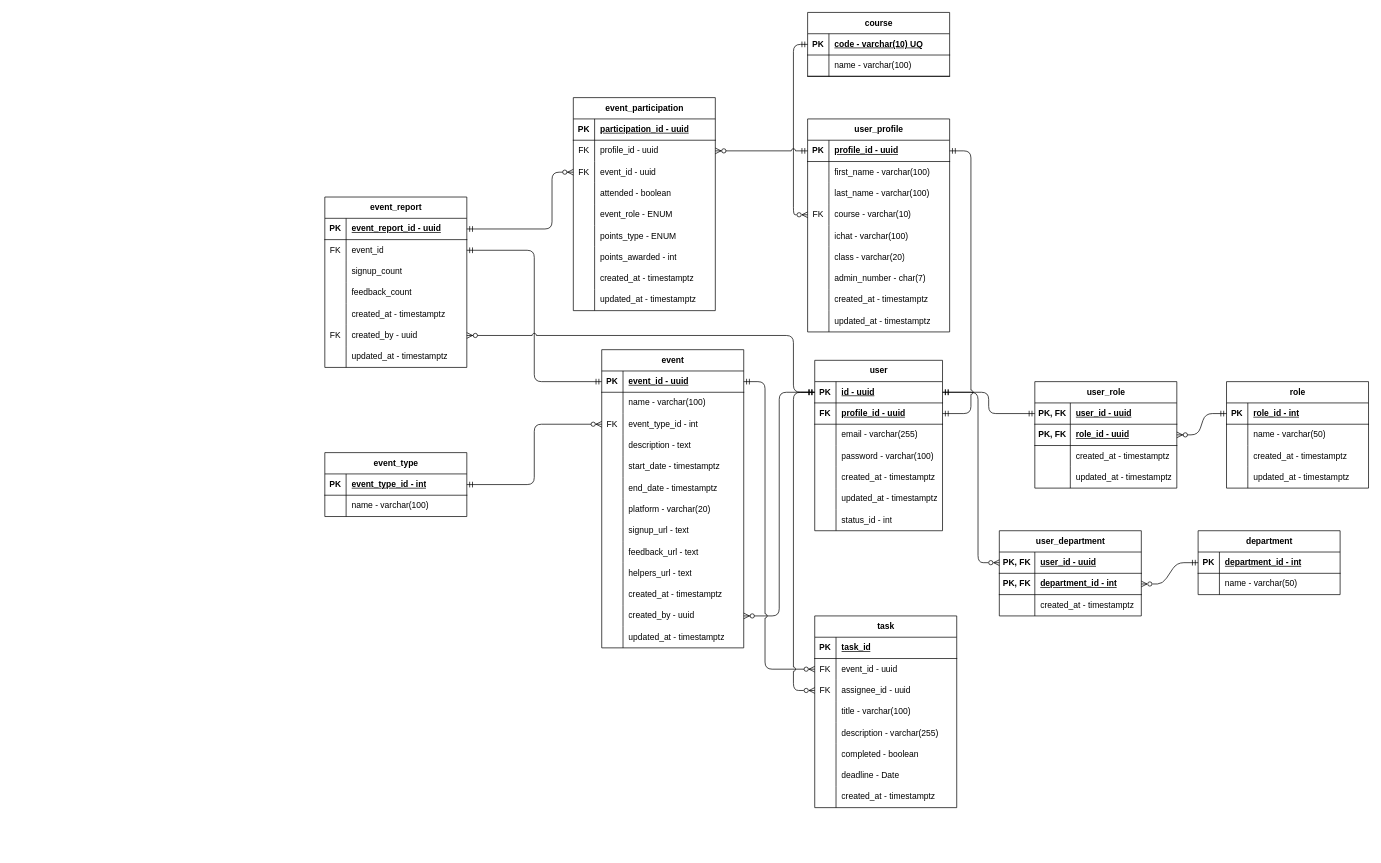
Earlier version of the draw.io diagram documentation/entity-diagram.drawio (proj-root/project-auxilium). Source tidied: cells renumbered, new cells numbered last; positions are measured from the earlier drawing's top-left corner, leaving out a move shared by most shapes. Both pictures are drawn from the tidied source at 71%, with x=0, y=0 at pixel (324, 12).
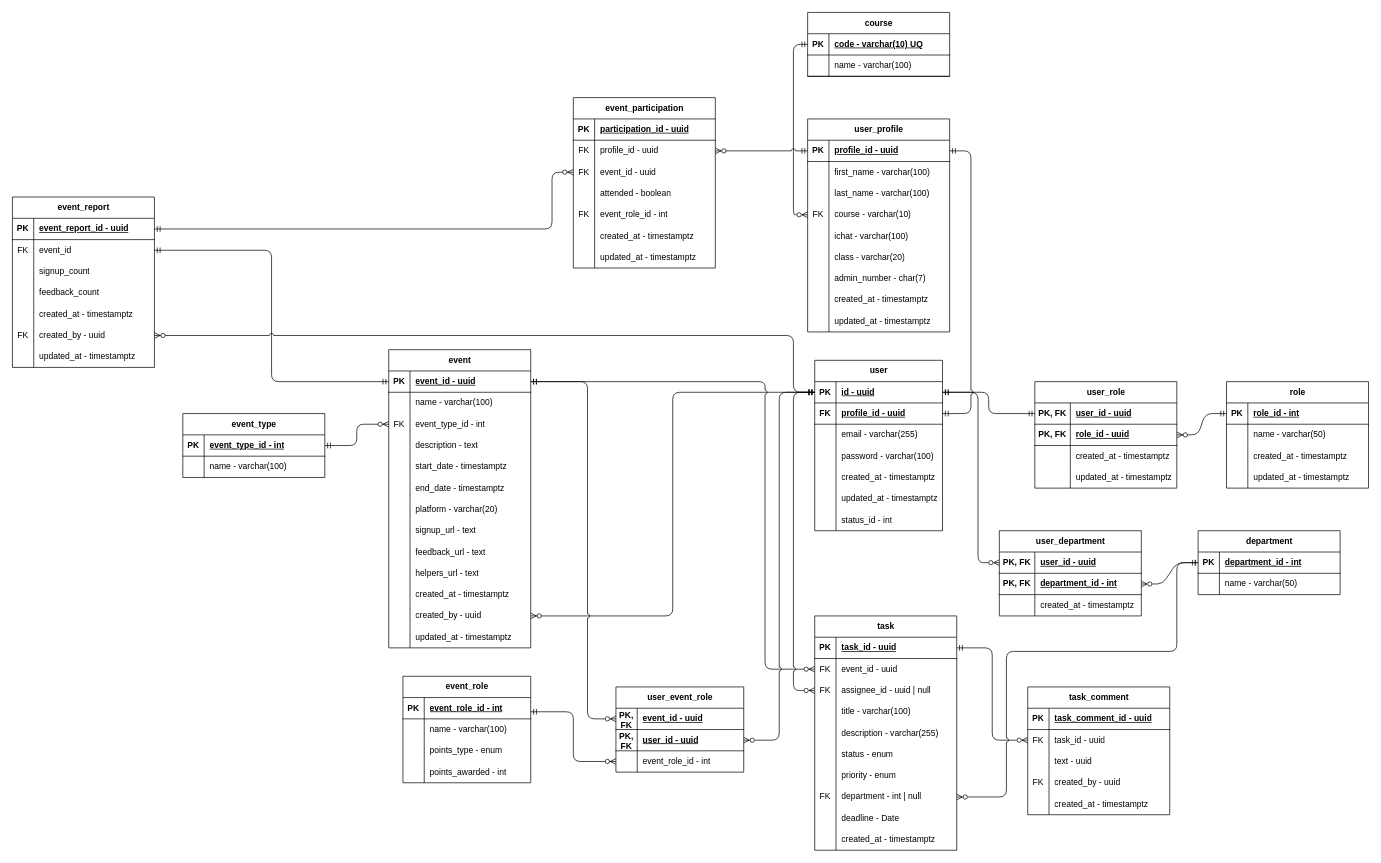
The same diagram, later.

Commit message (it also covers changes not shown here):
feat: added schema and erd for task related entities

Unchanged cells that the change refers to:
```xml
<mxCell id="31" style="shape=tableRow;horizontal=0;startSize=0;swimlaneHead=0;swimlaneBody=0;fillColor=none;points=[[0,0.5],[1,0.5]];portConstraint=eastwest;top=0;left=0;right=0;bottom=1;" parent="30" vertex="1">
  <mxGeometry y="30" width="180" height="30" as="geometry" />
</mxCell>
<mxCell id="81" style="shape=tableRow;horizontal=0;startSize=0;swimlaneHead=0;swimlaneBody=0;fillColor=none;points=[[0,0.5],[1,0.5]];portConstraint=eastwest;top=0;left=0;right=0;bottom=1;" parent="80" vertex="1">
  <mxGeometry y="30" width="200" height="30" as="geometry" />
</mxCell>
<mxCell id="154" style="shape=tableRow;horizontal=0;startSize=0;swimlaneHead=0;swimlaneBody=0;fillColor=none;points=[[0,0.5],[1,0.5]];portConstraint=eastwest;top=0;left=0;right=0;bottom=1;" parent="153" vertex="1">
  <mxGeometry y="30" width="200" height="30" as="geometry" />
</mxCell>
<mxCell id="192" style="shape=tableRow;horizontal=0;startSize=0;swimlaneHead=0;swimlaneBody=0;fillColor=none;top=0;left=0;right=0;bottom=0;" parent="179" vertex="1">
  <mxGeometry y="150" width="200" height="30" as="geometry" />
</mxCell>
<mxCell id="212" style="shape=tableRow;horizontal=0;startSize=0;swimlaneHead=0;swimlaneBody=0;fillColor=none;points=[[0,0.5],[1,0.5]];portConstraint=eastwest;top=0;left=0;right=0;bottom=1;" parent="211" vertex="1">
  <mxGeometry y="30" width="200" height="30" as="geometry" />
</mxCell>
<mxCell id="218" style="shape=tableRow;horizontal=0;startSize=0;swimlaneHead=0;swimlaneBody=0;fillColor=none;points=[[0,0.5],[1,0.5]];portConstraint=eastwest;top=0;left=0;right=0;bottom=0;" parent="211" vertex="1">
  <mxGeometry y="90" width="200" height="30" as="geometry" />
</mxCell>
<mxCell id="227" style="shape=tableRow;horizontal=0;startSize=0;swimlaneHead=0;swimlaneBody=0;fillColor=none;top=0;left=0;right=0;bottom=0;" parent="211" vertex="1">
  <mxGeometry y="180" width="200" height="30" as="geometry" />
</mxCell>
```

What changed in the source:
```diff
@@
     <mxCell id="80" value="event" style="shape=table;startSize=30;childLayout=tableLayout;rowLines=0;fontStyle=1;align=center;html=1;" parent="1" vertex="1">
-      <mxGeometry x="390" y="475" width="200" height="420" as="geometry" />
+      <mxGeometry x="90" y="475" width="200" height="420" as="geometry" />
     </mxCell>
@@
     <mxCell id="121" value="event_type" style="shape=table;startSize=30;childLayout=tableLayout;rowLines=0;fontStyle=1;align=center;html=1;" parent="1" vertex="1">
-      <mxGeometry y="620" width="200" height="90" as="geometry" />
+      <mxGeometry x="-200" y="565" width="200" height="90" as="geometry" />
     </mxCell>
@@
     <mxCell id="130" value="event_report" style="shape=table;startSize=30;childLayout=tableLayout;rowLines=0;fontStyle=1;align=center;html=1;" parent="1" vertex="1">
-      <mxGeometry y="260" width="200" height="240" as="geometry" />
+      <mxGeometry x="-440" y="260" width="200" height="240" as="geometry" />
     </mxCell>
@@
     <mxCell id="179" value="event_participation" style="shape=table;startSize=30;childLayout=tableLayout;rowLines=0;fontStyle=1;align=center;html=1;" parent="1" vertex="1">
-      <mxGeometry x="350" y="120" width="200" height="300" as="geometry" />
+      <mxGeometry x="350" y="120" width="200" height="240" as="geometry" />
     </mxCell>
@@
-    <mxCell id="193" style="shape=partialRectangle;fillColor=none;top=0;left=0;bottom=0;right=0;overflow=hidden;whiteSpace=wrap;html=1;" parent="192" vertex="1">
+    <mxCell id="193" value="FK" style="shape=partialRectangle;fillColor=none;top=0;left=0;bottom=0;right=0;overflow=hidden;whiteSpace=wrap;html=1;" parent="192" vertex="1">
       <mxGeometry width="30" height="30" as="geometry" />
     </mxCell>
-    <mxCell id="194" value="event_role - ENUM" style="shape=partialRectangle;fillColor=none;top=0;left=0;bottom=0;right=0;align=left;spacingLeft=6;overflow=hidden;whiteSpace=wrap;html=1;" parent="192" vertex="1">
+    <mxCell id="194" value="event_role_id - int" style="shape=partialRectangle;fillColor=none;top=0;left=0;bottom=0;right=0;align=left;spacingLeft=6;overflow=hidden;whiteSpace=wrap;html=1;" parent="192" vertex="1">
       <mxGeometry x="30" width="170" height="30" as="geometry" />
     </mxCell>
-    <mxCell id="195" style="shape=tableRow;horizontal=0;startSize=0;swimlaneHead=0;swimlaneBody=0;fillColor=none;top=0;left=0;right=0;bottom=0;" parent="179" vertex="1">
-      <mxGeometry y="180" width="200" height="30" as="geometry" />
-    </mxCell>
-    <mxCell id="196" style="shape=partialRectangle;fillColor=none;top=0;left=0;bottom=0;right=0;overflow=hidden;whiteSpace=wrap;html=1;" parent="195" vertex="1">
-      <mxGeometry width="30" height="30" as="geometry" />
-    </mxCell>
-    <mxCell id="197" value="points_type - ENUM" style="shape=partialRectangle;fillColor=none;top=0;left=0;bottom=0;right=0;align=left;spacingLeft=6;overflow=hidden;whiteSpace=wrap;html=1;" parent="195" vertex="1">
-      <mxGeometry x="30" width="170" height="30" as="geometry" />
-    </mxCell>
-    <mxCell id="198" style="shape=tableRow;horizontal=0;startSize=0;swimlaneHead=0;swimlaneBody=0;fillColor=none;top=0;left=0;right=0;bottom=0;" parent="179" vertex="1">
-      <mxGeometry y="210" width="200" height="30" as="geometry" />
-    </mxCell>
-    <mxCell id="199" style="shape=partialRectangle;fillColor=none;top=0;left=0;bottom=0;right=0;overflow=hidden;whiteSpace=wrap;html=1;" parent="198" vertex="1">
-      <mxGeometry width="30" height="30" as="geometry" />
-    </mxCell>
-    <mxCell id="200" value="points_awarded - int" style="shape=partialRectangle;fillColor=none;top=0;left=0;bottom=0;right=0;align=left;spacingLeft=6;overflow=hidden;whiteSpace=wrap;html=1;" parent="198" vertex="1">
-      <mxGeometry x="30" width="170" height="30" as="geometry" />
-    </mxCell>
     <mxCell id="201" style="shape=tableRow;horizontal=0;startSize=0;swimlaneHead=0;swimlaneBody=0;fillColor=none;top=0;left=0;right=0;bottom=0;" parent="179" vertex="1">
-      <mxGeometry y="240" width="200" height="30" as="geometry" />
+      <mxGeometry y="180" width="200" height="30" as="geometry" />
     </mxCell>
@@
     <mxCell id="204" style="shape=tableRow;horizontal=0;startSize=0;swimlaneHead=0;swimlaneBody=0;fillColor=none;top=0;left=0;right=0;bottom=0;" parent="179" vertex="1">
-      <mxGeometry y="270" width="200" height="30" as="geometry" />
+      <mxGeometry y="210" width="200" height="30" as="geometry" />
     </mxCell>
@@
     <mxCell id="211" value="task" style="shape=table;startSize=30;childLayout=tableLayout;rowLines=0;fontStyle=1;align=center;html=1;" parent="1" vertex="1">
-      <mxGeometry x="690" y="850" width="200" height="270" as="geometry" />
+      <mxGeometry x="690" y="850" width="200" height="330" as="geometry" />
     </mxCell>
@@
-    <mxCell id="214" value="task_id" style="shape=partialRectangle;fillColor=none;top=0;left=0;bottom=0;right=0;align=left;spacingLeft=6;fontStyle=5;overflow=hidden;whiteSpace=wrap;html=1;" parent="212" vertex="1">
+    <mxCell id="214" value="task_id - uuid" style="shape=partialRectangle;fillColor=none;top=0;left=0;bottom=0;right=0;align=left;spacingLeft=6;fontStyle=5;overflow=hidden;whiteSpace=wrap;html=1;" parent="212" vertex="1">
       <mxGeometry x="30" width="170" height="30" as="geometry" />
     </mxCell>
@@
-    <mxCell id="220" value="assignee_id - uuid" style="shape=partialRectangle;fillColor=none;top=0;left=0;bottom=0;right=0;align=left;spacingLeft=6;overflow=hidden;whiteSpace=wrap;html=1;" parent="218" vertex="1">
+    <mxCell id="220" value="assignee_id - uuid | null" style="shape=partialRectangle;fillColor=none;top=0;left=0;bottom=0;right=0;align=left;spacingLeft=6;overflow=hidden;whiteSpace=wrap;html=1;" parent="218" vertex="1">
       <mxGeometry x="30" width="170" height="30" as="geometry" />
     </mxCell>
@@
-    <mxCell id="229" value="completed - boolean" style="shape=partialRectangle;fillColor=none;top=0;left=0;bottom=0;right=0;align=left;spacingLeft=6;overflow=hidden;whiteSpace=wrap;html=1;" parent="227" vertex="1">
+    <mxCell id="229" value="status - enum" style="shape=partialRectangle;fillColor=none;top=0;left=0;bottom=0;right=0;align=left;spacingLeft=6;overflow=hidden;whiteSpace=wrap;html=1;" parent="227" vertex="1">
       <mxGeometry x="30" width="170" height="30" as="geometry" />
     </mxCell>
+    <mxCell id="198" style="shape=tableRow;horizontal=0;startSize=0;swimlaneHead=0;swimlaneBody=0;fillColor=none;top=0;left=0;right=0;bottom=0;" parent="211" vertex="1">
+      <mxGeometry y="210" width="200" height="30" as="geometry" />
+    </mxCell>
+    <mxCell id="238" style="shape=partialRectangle;fillColor=none;top=0;left=0;bottom=0;right=0;overflow=hidden;whiteSpace=wrap;html=1;" parent="198" vertex="1">
+      <mxGeometry width="30" height="30" as="geometry" />
+    </mxCell>
+    <mxCell id="239" value="priority - enum" style="shape=partialRectangle;fillColor=none;top=0;left=0;bottom=0;right=0;align=left;spacingLeft=6;overflow=hidden;whiteSpace=wrap;html=1;" parent="198" vertex="1">
+      <mxGeometry x="30" width="170" height="30" as="geometry" />
+    </mxCell>
+    <mxCell id="240" style="shape=tableRow;horizontal=0;startSize=0;swimlaneHead=0;swimlaneBody=0;fillColor=none;points=[[0,0.5],[1,0.5]];portConstraint=eastwest;top=0;left=0;right=0;bottom=0;" parent="211" vertex="1">
+      <mxGeometry y="240" width="200" height="30" as="geometry" />
+    </mxCell>
+    <mxCell id="241" value="FK" style="shape=partialRectangle;fillColor=none;top=0;left=0;bottom=0;right=0;overflow=hidden;whiteSpace=wrap;html=1;" parent="240" vertex="1">
+      <mxGeometry width="30" height="30" as="geometry" />
+    </mxCell>
+    <mxCell id="242" value="department - int | null" style="shape=partialRectangle;fillColor=none;top=0;left=0;bottom=0;right=0;align=left;spacingLeft=6;overflow=hidden;whiteSpace=wrap;html=1;" parent="240" vertex="1">
+      <mxGeometry x="30" width="170" height="30" as="geometry" />
+    </mxCell>
     <mxCell id="230" style="shape=tableRow;horizontal=0;startSize=0;swimlaneHead=0;swimlaneBody=0;fillColor=none;top=0;left=0;right=0;bottom=0;" parent="211" vertex="1">
-      <mxGeometry y="210" width="200" height="30" as="geometry" />
+      <mxGeometry y="270" width="200" height="30" as="geometry" />
     </mxCell>
@@
     <mxCell id="233" style="shape=tableRow;horizontal=0;startSize=0;swimlaneHead=0;swimlaneBody=0;fillColor=none;top=0;left=0;right=0;bottom=0;" parent="211" vertex="1">
-      <mxGeometry y="240" width="200" height="30" as="geometry" />
+      <mxGeometry y="300" width="200" height="30" as="geometry" />
     </mxCell>
@@
+    <mxCell id="243" value="user_event_role" style="shape=table;startSize=30;childLayout=tableLayout;rowLines=0;fontStyle=1;align=center;html=1;" parent="1" vertex="1">
+      <mxGeometry x="410" y="950" width="180" height="120" as="geometry" />
+    </mxCell>
+    <mxCell id="244" style="shape=tableRow;horizontal=0;startSize=0;swimlaneHead=0;swimlaneBody=0;fillColor=none;points=[[0,0.5],[1,0.5]];portConstraint=eastwest;top=0;left=0;right=0;bottom=1;" parent="243" vertex="1">
+      <mxGeometry y="30" width="180" height="30" as="geometry" />
+    </mxCell>
+    <mxCell id="245" value="PK, FK" style="shape=partialRectangle;fillColor=none;top=0;left=0;bottom=0;right=0;fontStyle=1;overflow=hidden;whiteSpace=wrap;html=1;" parent="244" vertex="1">
+      <mxGeometry width="30" height="30" as="geometry" />
+    </mxCell>
+    <mxCell id="246" value="event_id - uuid" style="shape=partialRectangle;fillColor=none;top=0;left=0;bottom=0;right=0;align=left;spacingLeft=6;fontStyle=5;overflow=hidden;whiteSpace=wrap;html=1;" parent="244" vertex="1">
+      <mxGeometry x="30" width="150" height="30" as="geometry" />
+    </mxCell>
+    <mxCell id="247" style="shape=tableRow;horizontal=0;startSize=0;swimlaneHead=0;swimlaneBody=0;fillColor=none;points=[[0,0.5],[1,0.5]];portConstraint=eastwest;top=0;left=0;right=0;bottom=1;" parent="243" vertex="1">
+      <mxGeometry y="60" width="180" height="30" as="geometry" />
+    </mxCell>
+    <mxCell id="248" value="PK, FK" style="shape=partialRectangle;fillColor=none;top=0;left=0;bottom=0;right=0;fontStyle=1;overflow=hidden;whiteSpace=wrap;html=1;" parent="247" vertex="1">
+      <mxGeometry width="30" height="30" as="geometry" />
+    </mxCell>
+    <mxCell id="249" value="user_id - uuid" style="shape=partialRectangle;fillColor=none;top=0;left=0;bottom=0;right=0;align=left;spacingLeft=6;fontStyle=5;overflow=hidden;whiteSpace=wrap;html=1;" parent="247" vertex="1">
+      <mxGeometry x="30" width="150" height="30" as="geometry" />
+    </mxCell>
+    <mxCell id="250" style="shape=tableRow;horizontal=0;startSize=0;swimlaneHead=0;swimlaneBody=0;fillColor=none;points=[[0,0.5],[1,0.5]];portConstraint=eastwest;top=0;left=0;right=0;bottom=0;" parent="243" vertex="1">
+      <mxGeometry y="90" width="180" height="30" as="geometry" />
+    </mxCell>
+    <mxCell id="251" style="shape=partialRectangle;fillColor=none;top=0;left=0;bottom=0;right=0;overflow=hidden;whiteSpace=wrap;html=1;" parent="250" vertex="1">
+      <mxGeometry width="30" height="30" as="geometry" />
+    </mxCell>
+    <mxCell id="252" value="event_role_id - int" style="shape=partialRectangle;fillColor=none;top=0;left=0;bottom=0;right=0;align=left;spacingLeft=6;overflow=hidden;whiteSpace=wrap;html=1;" parent="250" vertex="1">
+      <mxGeometry x="30" width="150" height="30" as="geometry" />
+    </mxCell>
+    <mxCell id="253" value="event_role" style="shape=table;startSize=30;childLayout=tableLayout;rowLines=0;fontStyle=1;align=center;html=1;" parent="1" vertex="1">
+      <mxGeometry x="110" y="935" width="180" height="150" as="geometry" />
+    </mxCell>
+    <mxCell id="254" style="shape=tableRow;horizontal=0;startSize=0;swimlaneHead=0;swimlaneBody=0;fillColor=none;points=[[0,0.5],[1,0.5]];portConstraint=eastwest;top=0;left=0;right=0;bottom=1;" parent="253" vertex="1">
+      <mxGeometry y="30" width="180" height="30" as="geometry" />
+    </mxCell>
+    <mxCell id="255" value="PK" style="shape=partialRectangle;fillColor=none;top=0;left=0;bottom=0;right=0;fontStyle=1;overflow=hidden;whiteSpace=wrap;html=1;" parent="254" vertex="1">
+      <mxGeometry width="30" height="30" as="geometry" />
+    </mxCell>
+    <mxCell id="256" value="event_role_id - int" style="shape=partialRectangle;fillColor=none;top=0;left=0;bottom=0;right=0;align=left;spacingLeft=6;fontStyle=5;overflow=hidden;whiteSpace=wrap;html=1;" parent="254" vertex="1">
+      <mxGeometry x="30" width="150" height="30" as="geometry" />
+    </mxCell>
+    <mxCell id="257" style="shape=tableRow;horizontal=0;startSize=0;swimlaneHead=0;swimlaneBody=0;fillColor=none;top=0;left=0;right=0;bottom=0;" parent="253" vertex="1">
+      <mxGeometry y="60" width="180" height="30" as="geometry" />
+    </mxCell>
+    <mxCell id="258" style="shape=partialRectangle;fillColor=none;top=0;left=0;bottom=0;right=0;overflow=hidden;whiteSpace=wrap;html=1;" parent="257" vertex="1">
+      <mxGeometry width="30" height="30" as="geometry" />
+    </mxCell>
+    <mxCell id="259" value="name - varchar(100)" style="shape=partialRectangle;fillColor=none;top=0;left=0;bottom=0;right=0;align=left;spacingLeft=6;overflow=hidden;whiteSpace=wrap;html=1;" parent="257" vertex="1">
+      <mxGeometry x="30" width="150" height="30" as="geometry" />
+    </mxCell>
+    <mxCell id="260" style="shape=tableRow;horizontal=0;startSize=0;swimlaneHead=0;swimlaneBody=0;fillColor=none;top=0;left=0;right=0;bottom=0;" parent="253" vertex="1">
+      <mxGeometry y="90" width="180" height="30" as="geometry" />
+    </mxCell>
+    <mxCell id="261" style="shape=partialRectangle;fillColor=none;top=0;left=0;bottom=0;right=0;overflow=hidden;whiteSpace=wrap;html=1;" parent="260" vertex="1">
+      <mxGeometry width="30" height="30" as="geometry" />
+    </mxCell>
+    <mxCell id="262" value="points_type - enum" style="shape=partialRectangle;fillColor=none;top=0;left=0;bottom=0;right=0;align=left;spacingLeft=6;overflow=hidden;whiteSpace=wrap;html=1;" parent="260" vertex="1">
+      <mxGeometry x="30" width="150" height="30" as="geometry" />
+    </mxCell>
+    <mxCell id="263" style="shape=tableRow;horizontal=0;startSize=0;swimlaneHead=0;swimlaneBody=0;fillColor=none;top=0;left=0;right=0;bottom=0;" parent="253" vertex="1">
+      <mxGeometry y="120" width="180" height="30" as="geometry" />
+    </mxCell>
+    <mxCell id="264" style="shape=partialRectangle;fillColor=none;top=0;left=0;bottom=0;right=0;overflow=hidden;whiteSpace=wrap;html=1;" parent="263" vertex="1">
+      <mxGeometry width="30" height="30" as="geometry" />
+    </mxCell>
+    <mxCell id="200" value="points_awarded - int" style="shape=partialRectangle;fillColor=none;top=0;left=0;bottom=0;right=0;align=left;spacingLeft=6;overflow=hidden;whiteSpace=wrap;html=1;" parent="263" vertex="1">
+      <mxGeometry x="30" width="150" height="30" as="geometry" />
+    </mxCell>
+    <mxCell id="265" style="edgeStyle=orthogonalEdgeStyle;fontSize=12;html=1;endArrow=ERzeroToMany;startArrow=ERmandOne;" parent="1" edge="1" source="254" target="250">
+      <mxGeometry relative="1" as="geometry">
+        <Array as="points">
+          <mxPoint x="350" y="985" />
+          <mxPoint x="350" y="1055" />
+        </Array>
+      </mxGeometry>
+    </mxCell>
+    <mxCell id="266" style="edgeStyle=orthogonalEdgeStyle;fontSize=12;html=1;endArrow=ERmandOne;startArrow=ERzeroToMany;exitX=1;exitY=0.5;exitDx=0;exitDy=0;entryX=0;entryY=0.5;entryDx=0;entryDy=0;jumpStyle=arc;endFill=0;startFill=0;" parent="1" edge="1" source="247" target="31">
+      <mxGeometry relative="1" as="geometry" />
+    </mxCell>
+    <mxCell id="267" style="edgeStyle=orthogonalEdgeStyle;fontSize=12;html=1;endArrow=ERzeroToMany;endFill=0;jumpStyle=arc;startArrow=ERmandOne;startFill=0;" parent="1" edge="1" source="81" target="244">
+      <mxGeometry relative="1" as="geometry">
+        <Array as="points">
+          <mxPoint x="370" y="520" />
+          <mxPoint x="370" y="995" />
+        </Array>
+      </mxGeometry>
+    </mxCell>
+    <mxCell id="268" value="task_comment" style="shape=table;startSize=30;childLayout=tableLayout;rowLines=0;fontStyle=1;align=center;html=1;" parent="1" vertex="1">
+      <mxGeometry x="990" y="950" width="200" height="180" as="geometry" />
+    </mxCell>
+    <mxCell id="269" style="shape=tableRow;horizontal=0;startSize=0;swimlaneHead=0;swimlaneBody=0;fillColor=none;top=0;left=0;right=0;bottom=1;" parent="268" vertex="1">
+      <mxGeometry y="30" width="200" height="30" as="geometry" />
+    </mxCell>
+    <mxCell id="270" value="PK" style="shape=partialRectangle;fillColor=none;top=0;left=0;bottom=0;right=0;fontStyle=1;overflow=hidden;whiteSpace=wrap;html=1;" parent="269" vertex="1">
+      <mxGeometry width="30" height="30" as="geometry" />
+    </mxCell>
+    <mxCell id="271" value="task_comment_id - uuid" style="shape=partialRectangle;fillColor=none;top=0;left=0;bottom=0;right=0;align=left;spacingLeft=6;fontStyle=5;overflow=hidden;whiteSpace=wrap;html=1;" parent="269" vertex="1">
+      <mxGeometry x="30" width="170" height="30" as="geometry" />
+    </mxCell>
+    <mxCell id="272" style="shape=tableRow;horizontal=0;startSize=0;swimlaneHead=0;swimlaneBody=0;fillColor=none;points=[[0,0.5],[1,0.5]];portConstraint=eastwest;top=0;left=0;right=0;bottom=0;" parent="268" vertex="1">
+      <mxGeometry y="60" width="200" height="30" as="geometry" />
+    </mxCell>
+    <mxCell id="273" value="FK" style="shape=partialRectangle;fillColor=none;top=0;left=0;bottom=0;right=0;overflow=hidden;whiteSpace=wrap;html=1;" parent="272" vertex="1">
+      <mxGeometry width="30" height="30" as="geometry" />
+    </mxCell>
+    <mxCell id="274" value="task_id - uuid" style="shape=partialRectangle;fillColor=none;top=0;left=0;bottom=0;right=0;align=left;spacingLeft=6;overflow=hidden;whiteSpace=wrap;html=1;" parent="272" vertex="1">
+      <mxGeometry x="30" width="170" height="30" as="geometry" />
+    </mxCell>
+    <mxCell id="275" style="shape=tableRow;horizontal=0;startSize=0;swimlaneHead=0;swimlaneBody=0;fillColor=none;top=0;left=0;right=0;bottom=0;" parent="268" vertex="1">
+      <mxGeometry y="90" width="200" height="30" as="geometry" />
+    </mxCell>
+    <mxCell id="276" style="shape=partialRectangle;fillColor=none;top=0;left=0;bottom=0;right=0;overflow=hidden;whiteSpace=wrap;html=1;" parent="275" vertex="1">
+      <mxGeometry width="30" height="30" as="geometry" />
+    </mxCell>
+    <mxCell id="277" value="text - uuid" style="shape=partialRectangle;fillColor=none;top=0;left=0;bottom=0;right=0;align=left;spacingLeft=6;overflow=hidden;whiteSpace=wrap;html=1;" parent="275" vertex="1">
+      <mxGeometry x="30" width="170" height="30" as="geometry" />
+    </mxCell>
+    <mxCell id="278" style="shape=tableRow;horizontal=0;startSize=0;swimlaneHead=0;swimlaneBody=0;fillColor=none;top=0;left=0;right=0;bottom=0;" parent="268" vertex="1">
+      <mxGeometry y="120" width="200" height="30" as="geometry" />
+    </mxCell>
+    <mxCell id="279" value="FK" style="shape=partialRectangle;fillColor=none;top=0;left=0;bottom=0;right=0;overflow=hidden;whiteSpace=wrap;html=1;" parent="278" vertex="1">
+      <mxGeometry width="30" height="30" as="geometry" />
+    </mxCell>
+    <mxCell id="280" value="created_by - uuid" style="shape=partialRectangle;fillColor=none;top=0;left=0;bottom=0;right=0;align=left;spacingLeft=6;overflow=hidden;whiteSpace=wrap;html=1;" parent="278" vertex="1">
+      <mxGeometry x="30" width="170" height="30" as="geometry" />
+    </mxCell>
+    <mxCell id="281" style="shape=tableRow;horizontal=0;startSize=0;swimlaneHead=0;swimlaneBody=0;fillColor=none;top=0;left=0;right=0;bottom=0;" parent="268" vertex="1">
+      <mxGeometry y="150" width="200" height="30" as="geometry" />
+    </mxCell>
+    <mxCell id="282" style="shape=partialRectangle;fillColor=none;top=0;left=0;bottom=0;right=0;overflow=hidden;whiteSpace=wrap;html=1;" parent="281" vertex="1">
+      <mxGeometry width="30" height="30" as="geometry" />
+    </mxCell>
+    <mxCell id="283" value="created_at - timestamptz" style="shape=partialRectangle;fillColor=none;top=0;left=0;bottom=0;right=0;align=left;spacingLeft=6;overflow=hidden;whiteSpace=wrap;html=1;" parent="281" vertex="1">
+      <mxGeometry x="30" width="170" height="30" as="geometry" />
+    </mxCell>
+    <mxCell id="284" style="edgeStyle=orthogonalEdgeStyle;fontSize=12;html=1;endArrow=ERzeroToMany;startArrow=ERmandOne;exitX=1;exitY=0.5;exitDx=0;exitDy=0;entryX=0;entryY=0.5;entryDx=0;entryDy=0;endFill=0;" parent="1" edge="1" source="212" target="272">
+      <mxGeometry relative="1" as="geometry" />
+    </mxCell>
+    <mxCell id="285" style="edgeStyle=orthogonalEdgeStyle;fontSize=12;html=1;endArrow=ERone;startArrow=ERzeroToMany;entryX=0;entryY=0.5;entryDx=0;entryDy=0;endFill=0;exitX=1;exitY=0.5;exitDx=0;exitDy=0;jumpStyle=arc;startFill=0;" parent="1" edge="1" source="240" target="154">
+      <mxGeometry relative="1" as="geometry">
+        <Array as="points">
+          <mxPoint x="960" y="1105" />
+          <mxPoint x="960" y="900" />
+          <mxPoint x="1200" y="900" />
+          <mxPoint x="1200" y="775" />
+        </Array>
+      </mxGeometry>
+    </mxCell>
```
